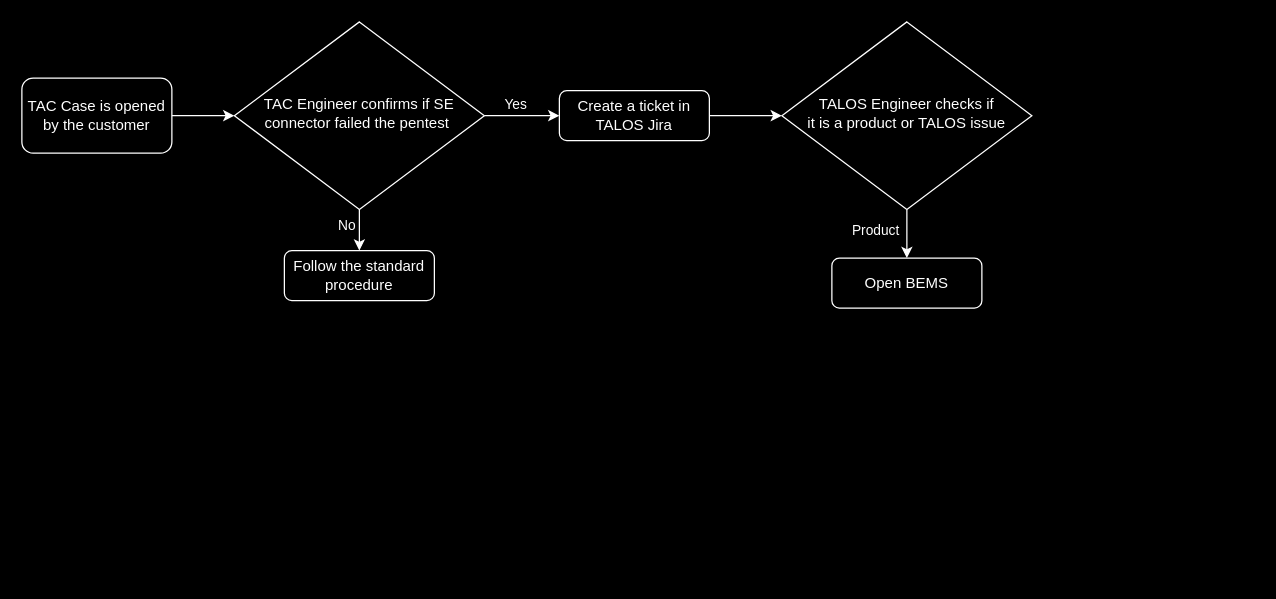
Earlier version of the draw.io diagram pentesting.drawio (rolszowy/drawio). Source tidied: cells renumbered, new cells numbered last; positions are measured from the earlier drawing's top-left corner, leaving out a move shared by most shapes. Both pictures are drawn from the tidied source at 125%, with x=0, y=0 at pixel (21, 21).
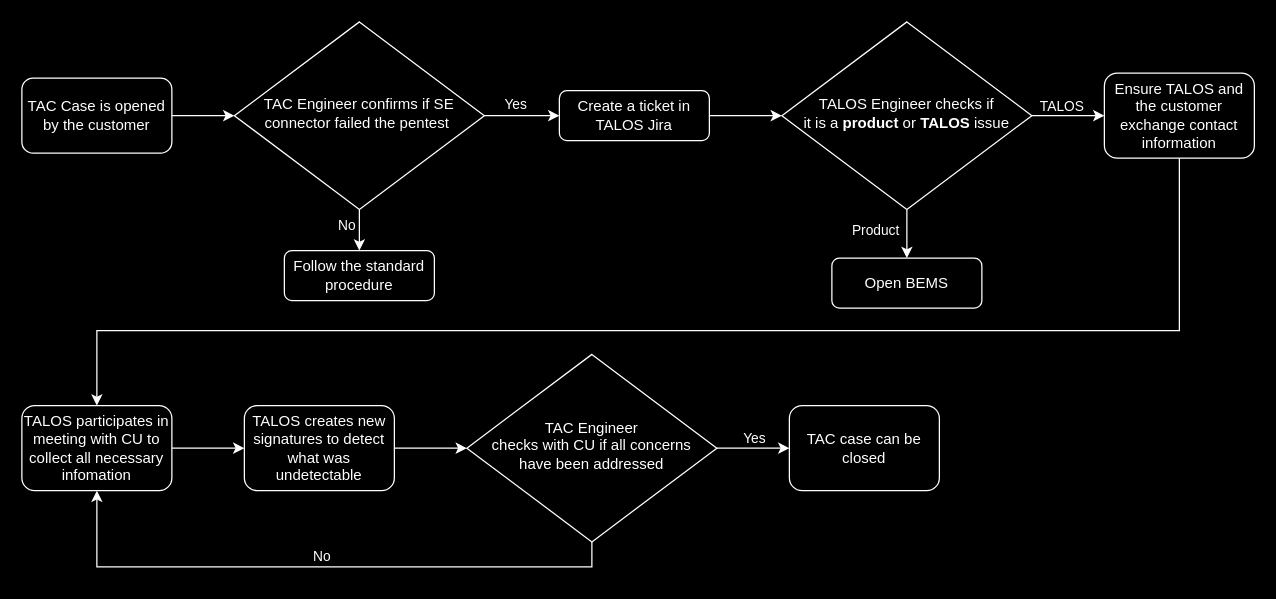
The same diagram, later.

What changed in the source:
```diff
@@
+    <mxCell id="16" style="edgeStyle=orthogonalEdgeStyle;shape=connector;rounded=0;jettySize=auto;html=1;strokeColor=#FFFFFF;align=center;verticalAlign=middle;fontFamily=Helvetica;fontSize=11;fontColor=#FFFFFF;labelBackgroundColor=none;endArrow=classic;" parent="1" edge="1" source="14" target="19">
+      <mxGeometry relative="1" as="geometry" />
+    </mxCell>
+    <mxCell id="17" value="TALOS" style="edgeLabel;html=1;align=center;verticalAlign=middle;fontFamily=Helvetica;fontSize=11;fontColor=#FFFFFF;labelBackgroundColor=none;" parent="16" vertex="1">
+      <mxGeometry x="-0.52" y="1" relative="1" as="geometry">
+        <mxPoint x="9" y="-7" as="offset" />
+      </mxGeometry>
+    </mxCell>
-    <mxCell id="14" value="TALOS Engineer checks if&lt;div&gt;it is a product or TALOS issue&lt;/div&gt;" style="rhombus;whiteSpace=wrap;html=1;shadow=0;fontFamily=Helvetica;fontSize=12;align=center;strokeWidth=1;spacing=6;spacingTop=-4;fillColor=#000000;fontColor=#FFFFFF;strokeColor=#FFFFFF;" parent="1" vertex="1">
+    <mxCell id="14" value="TALOS Engineer checks if&lt;div&gt;it is a &lt;b&gt;product&lt;/b&gt; or &lt;b&gt;TALOS&lt;/b&gt; issue&lt;/div&gt;" style="rhombus;whiteSpace=wrap;html=1;shadow=0;fontFamily=Helvetica;fontSize=12;align=center;strokeWidth=1;spacing=6;spacingTop=-4;fillColor=#000000;fontColor=#FFFFFF;strokeColor=#FFFFFF;" parent="1" vertex="1">
       <mxGeometry x="608" width="200" height="150" as="geometry" />
     </mxCell>
@@
+    <mxCell id="18" style="edgeStyle=orthogonalEdgeStyle;shape=connector;rounded=0;jettySize=auto;html=1;strokeColor=#FFFFFF;align=center;verticalAlign=middle;fontFamily=Helvetica;fontSize=11;fontColor=#FFFFFF;labelBackgroundColor=none;endArrow=classic;" parent="1" edge="1" source="19" target="21">
+      <mxGeometry relative="1" as="geometry">
+        <Array as="points">
+          <mxPoint x="926" y="247" />
+          <mxPoint x="60" y="247" />
+        </Array>
+      </mxGeometry>
+    </mxCell>
+    <mxCell id="19" value="Ensure TALOS and the customer exchange contact information" style="rounded=1;whiteSpace=wrap;html=1;fontSize=12;glass=0;strokeWidth=1;shadow=0;fillColor=#000000;fontColor=#FFFFFF;strokeColor=#FFFFFF;" parent="1" vertex="1">
+      <mxGeometry x="866" y="41" width="120" height="68" as="geometry" />
+    </mxCell>
+    <mxCell id="20" style="edgeStyle=orthogonalEdgeStyle;shape=connector;rounded=0;jettySize=auto;html=1;strokeColor=#FFFFFF;align=center;verticalAlign=middle;fontFamily=Helvetica;fontSize=11;fontColor=#FFFFFF;labelBackgroundColor=none;endArrow=classic;" parent="1" edge="1" source="21" target="23">
+      <mxGeometry relative="1" as="geometry" />
+    </mxCell>
+    <mxCell id="21" value="TALOS participates in meeting with CU to collect all necessary infomation" style="rounded=1;whiteSpace=wrap;html=1;fontSize=12;glass=0;strokeWidth=1;shadow=0;fillColor=#000000;fontColor=#FFFFFF;strokeColor=#FFFFFF;" parent="1" vertex="1">
+      <mxGeometry y="307" width="120" height="68" as="geometry" />
+    </mxCell>
+    <mxCell id="22" style="edgeStyle=orthogonalEdgeStyle;shape=connector;rounded=0;jettySize=auto;html=1;strokeColor=#FFFFFF;align=center;verticalAlign=middle;fontFamily=Helvetica;fontSize=11;fontColor=#FFFFFF;labelBackgroundColor=none;endArrow=classic;" parent="1" edge="1" source="23" target="28">
+      <mxGeometry relative="1" as="geometry" />
+    </mxCell>
+    <mxCell id="23" value="TALOS creates new signatures to detect what was undetectable" style="rounded=1;whiteSpace=wrap;html=1;fontSize=12;glass=0;strokeWidth=1;shadow=0;fillColor=#000000;fontColor=#FFFFFF;strokeColor=#FFFFFF;" parent="1" vertex="1">
+      <mxGeometry x="178" y="307" width="120" height="68" as="geometry" />
+    </mxCell>
+    <mxCell id="24" style="edgeStyle=orthogonalEdgeStyle;shape=connector;rounded=0;jettySize=auto;html=1;strokeColor=#FFFFFF;align=center;verticalAlign=middle;fontFamily=Helvetica;fontSize=11;fontColor=#FFFFFF;labelBackgroundColor=none;endArrow=classic;" parent="1" edge="1" source="28" target="29">
+      <mxGeometry relative="1" as="geometry" />
+    </mxCell>
+    <mxCell id="25" value="Yes" style="edgeLabel;html=1;align=center;verticalAlign=middle;fontFamily=Helvetica;fontSize=11;fontColor=#FFFFFF;labelBackgroundColor=none;" parent="24" vertex="1">
+      <mxGeometry x="0.07" y="-1" relative="1" as="geometry">
+        <mxPoint x="-2" y="-10" as="offset" />
+      </mxGeometry>
+    </mxCell>
+    <mxCell id="26" style="edgeStyle=orthogonalEdgeStyle;shape=connector;rounded=0;jettySize=auto;html=1;entryX=0.5;entryY=1;entryDx=0;entryDy=0;strokeColor=#FFFFFF;align=center;verticalAlign=middle;fontFamily=Helvetica;fontSize=11;fontColor=#FFFFFF;labelBackgroundColor=none;endArrow=classic;" parent="1" edge="1" source="28" target="21">
+      <mxGeometry relative="1" as="geometry">
+        <Array as="points">
+          <mxPoint x="456" y="436" />
+          <mxPoint x="60" y="436" />
+        </Array>
+      </mxGeometry>
+    </mxCell>
+    <mxCell id="27" value="No" style="edgeLabel;html=1;align=center;verticalAlign=middle;fontFamily=Helvetica;fontSize=11;fontColor=#FFFFFF;labelBackgroundColor=none;" parent="26" vertex="1">
+      <mxGeometry x="0.13" y="1" relative="1" as="geometry">
+        <mxPoint x="33" y="-10" as="offset" />
+      </mxGeometry>
+    </mxCell>
+    <mxCell id="28" value="TAC Engineer&lt;div&gt;checks with CU if all concerns&lt;/div&gt;&lt;div&gt;have been addressed&lt;/div&gt;" style="rhombus;whiteSpace=wrap;html=1;shadow=0;fontFamily=Helvetica;fontSize=12;align=center;strokeWidth=1;spacing=6;spacingTop=-4;fillColor=#000000;fontColor=#FFFFFF;strokeColor=#FFFFFF;" parent="1" vertex="1">
+      <mxGeometry x="356" y="266" width="200" height="150" as="geometry" />
+    </mxCell>
+    <mxCell id="29" value="TAC case can be closed" style="rounded=1;whiteSpace=wrap;html=1;fontSize=12;glass=0;strokeWidth=1;shadow=0;fillColor=#000000;fontColor=#FFFFFF;strokeColor=#FFFFFF;" parent="1" vertex="1">
+      <mxGeometry x="614" y="307" width="120" height="68" as="geometry" />
+    </mxCell>
```
